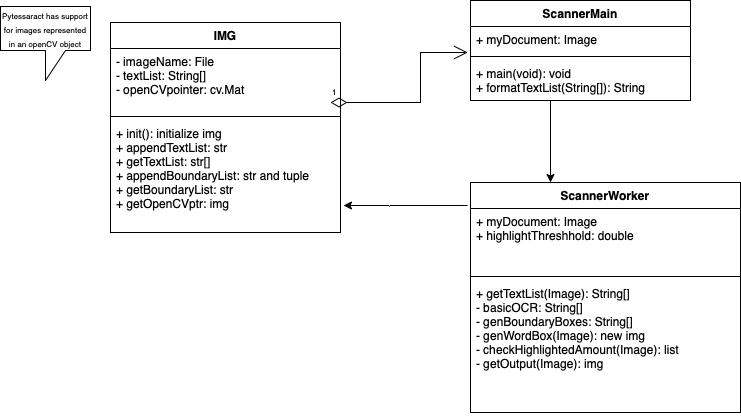
Before: docs/devDocs/UML/openHighlightWeek3DemoEdits.drawio.png, a diagram exported from draw.io (CIS3296SoftwareDesignF21/prj-01-openhighlightcopypaste). Source tidied: cells renumbered, new cells last; positions are measured from the earlier drawing's top-left corner, leaving out a move shared by most shapes.
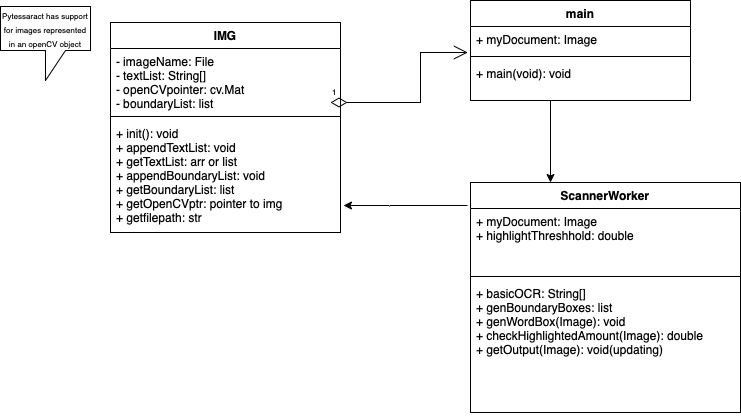
After the commit.

Commit message:
both file types for UML

Change to the diagram source:
```diff
@@ -2,7 +2,7 @@
   <root>
     <mxCell id="0" />
     <mxCell id="1" parent="0" />
-    <mxCell id="2" value="ScannerMain" style="swimlane;fontStyle=1;align=center;verticalAlign=top;horizontal=1;startSize=26;" parent="1" vertex="1">
+    <mxCell id="2" value="main" style="swimlane;fontStyle=1;align=center;verticalAlign=top;horizontal=1;startSize=26;" parent="1" vertex="1">
       <mxGeometry x="470" width="220" height="100" as="geometry" />
     </mxCell>
     <mxCell id="3" value="+ myDocument: Image" style="text;strokeColor=none;fillColor=none;align=left;verticalAlign=top;spacingLeft=4;spacingRight=4;overflow=hidden;points=[[0,0.5],[1,0.5]];portConstraint=eastwest;" parent="2" vertex="1">
@@ -11,7 +11,7 @@
     <mxCell id="4" style="line;strokeWidth=1;fillColor=none;align=left;verticalAlign=middle;spacingTop=-1;spacingLeft=3;spacingRight=3;labelPosition=right;" parent="2" vertex="1">
       <mxGeometry y="52" width="220" height="8" as="geometry" />
     </mxCell>
-    <mxCell id="5" value="+ main(void): void&#10;+ formatTextList(String[]): String" style="text;strokeColor=none;fillColor=none;align=left;verticalAlign=top;spacingLeft=4;spacingRight=4;overflow=hidden;points=[[0,0.5],[1,0.5]];portConstraint=eastwest;" parent="2" vertex="1">
+    <mxCell id="5" value="+ main(void): void" style="text;strokeColor=none;fillColor=none;align=left;verticalAlign=top;spacingLeft=4;spacingRight=4;overflow=hidden;points=[[0,0.5],[1,0.5]];portConstraint=eastwest;" parent="2" vertex="1">
       <mxGeometry y="60" width="220" height="40" as="geometry" />
     </mxCell>
     <mxCell id="6" value="ScannerWorker" style="swimlane;fontStyle=1;align=center;verticalAlign=top;horizontal=1;startSize=26;" parent="1" vertex="1">
@@ -23,19 +23,19 @@
     <mxCell id="8" style="line;strokeWidth=1;fillColor=none;align=left;verticalAlign=middle;spacingTop=-1;spacingLeft=3;spacingRight=3;labelPosition=right;" parent="6" vertex="1">
       <mxGeometry y="90" width="270" height="8" as="geometry" />
     </mxCell>
-    <mxCell id="9" value="+ getTextList(Image): String[]&#10;- basicOCR: String[]&#10;- genBoundaryBoxes: String[]&#10;- genWordBox(Image): new img&#10;- checkHighlightedAmount(Image): list&#10;- getOutput(Image): img&#10;" style="text;strokeColor=none;fillColor=none;align=left;verticalAlign=top;spacingLeft=4;spacingRight=4;overflow=hidden;" parent="6" vertex="1">
+    <mxCell id="9" value="+ basicOCR: String[]&#10;+ genBoundaryBoxes: list&#10;+ genWordBox(Image): void&#10;+ checkHighlightedAmount(Image): double&#10;+ getOutput(Image): void(updating)&#10;" style="text;strokeColor=none;fillColor=none;align=left;verticalAlign=top;spacingLeft=4;spacingRight=4;overflow=hidden;" parent="6" vertex="1">
       <mxGeometry y="98" width="270" height="132" as="geometry" />
     </mxCell>
     <mxCell id="10" value="IMG" style="swimlane;fontStyle=1;align=center;verticalAlign=top;horizontal=1;startSize=26;" parent="1" vertex="1">
       <mxGeometry x="110" y="22" width="230" height="210" as="geometry" />
     </mxCell>
-    <mxCell id="11" value="- imageName: File&#10;- textList: String[]&#10;- openCVpointer: cv.Mat&#10;" style="text;strokeColor=none;fillColor=none;align=left;verticalAlign=top;spacingLeft=4;spacingRight=4;overflow=hidden;" parent="10" vertex="1">
+    <mxCell id="11" value="- imageName: File&#10;- textList: String[]&#10;- openCVpointer: cv.Mat&#10;- boundaryList: list&#10;" style="text;strokeColor=none;fillColor=none;align=left;verticalAlign=top;spacingLeft=4;spacingRight=4;overflow=hidden;" parent="10" vertex="1">
       <mxGeometry y="26" width="230" height="64" as="geometry" />
     </mxCell>
     <mxCell id="12" style="line;strokeWidth=1;fillColor=none;align=left;verticalAlign=middle;spacingTop=-1;spacingLeft=3;spacingRight=3;labelPosition=right;" parent="10" vertex="1">
       <mxGeometry y="90" width="230" height="8" as="geometry" />
     </mxCell>
-    <mxCell id="13" value="+ init(): initialize img&#10;+ appendTextList: str&#10;+ getTextList: str[]&#10;+ appendBoundaryList: str and tuple&#10;+ getBoundaryList: str&#10;+ getOpenCVptr: img" style="text;strokeColor=none;fillColor=none;align=left;verticalAlign=top;spacingLeft=4;spacingRight=4;overflow=hidden;points=[[0,0.5],[1,0.5]];portConstraint=eastwest;" parent="10" vertex="1">
+    <mxCell id="13" value="+ init(): void&#10;+ appendTextList: void&#10;+ getTextList: arr or list&#10;+ appendBoundaryList: void &#10;+ getBoundaryList: list&#10;+ getOpenCVptr: pointer to img&#10;+ getfilepath: str " style="text;strokeColor=none;fillColor=none;align=left;verticalAlign=top;spacingLeft=4;spacingRight=4;overflow=hidden;points=[[0,0.5],[1,0.5]];portConstraint=eastwest;" parent="10" vertex="1">
       <mxGeometry y="98" width="230" height="112" as="geometry" />
     </mxCell>
     <mxCell id="14" value="&lt;font style=&quot;font-size: 8px&quot;&gt;Pytessaract has support for images represented in an openCV object&lt;/font&gt;" style="shape=callout;whiteSpace=wrap;html=1;perimeter=calloutPerimeter;" parent="1" vertex="1">
```
